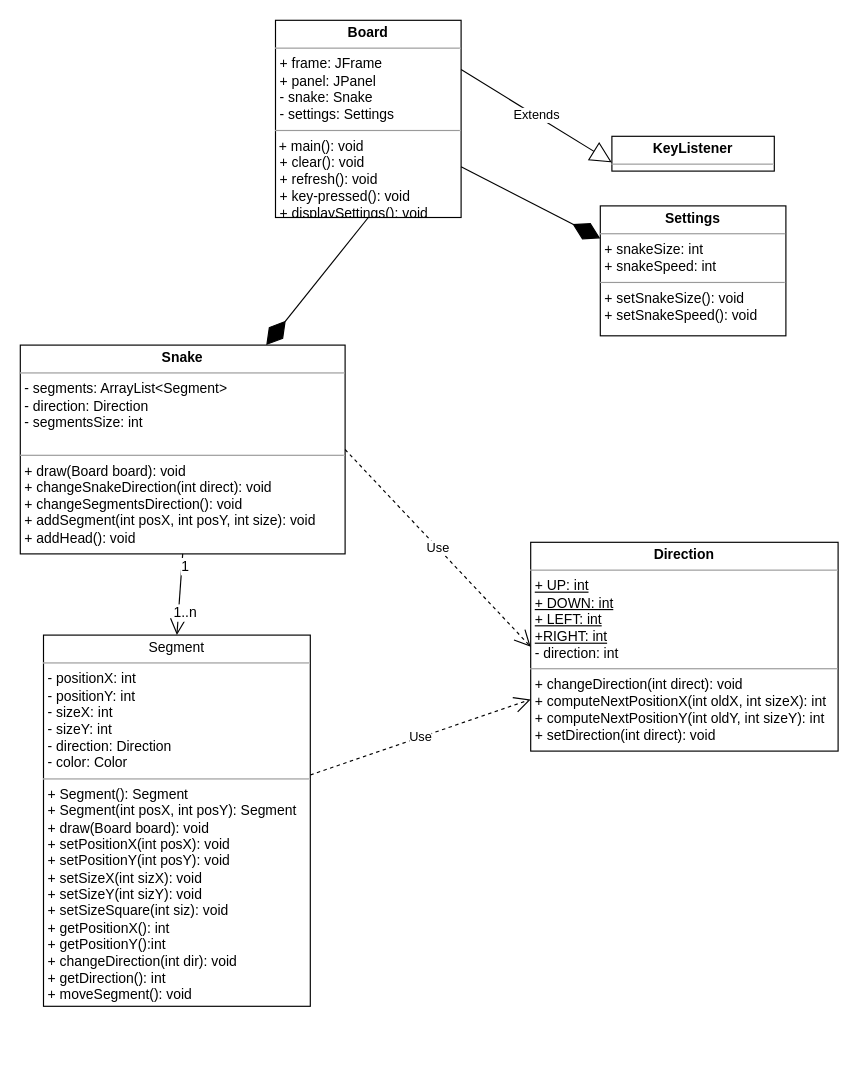
This is Snake/Schematic/Snake_Java.drawio from abdarum/Java, a draw.io file, before an edit. Source tidied: cells renumbered, new cells numbered last; positions are measured from the earlier drawing's top-left corner, leaving out a move shared by most shapes. Both pictures are drawn from the tidied source at 116%, with x=0, y=0 at pixel (20, 20).
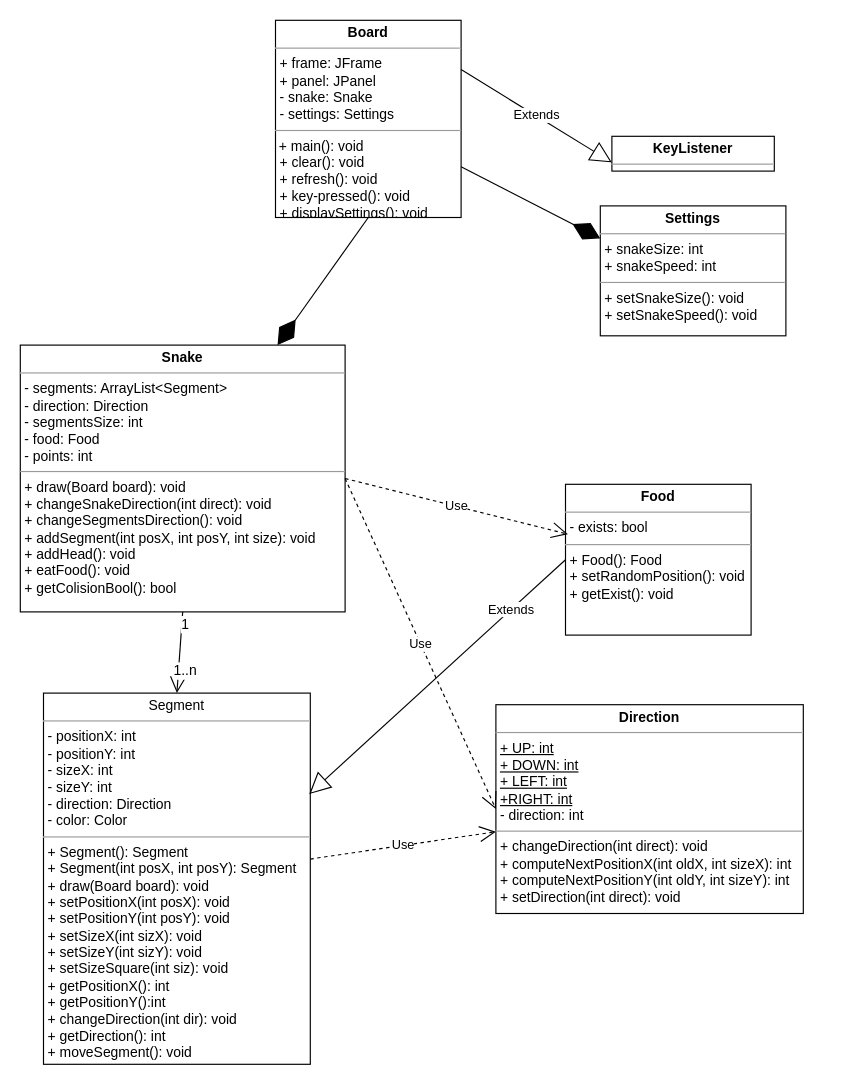
After the change.

What changed in the source:
```diff
@@
 <mxGraphModel background="#ffffff">
   <root>
     <mxCell id="0" />
     <mxCell id="1" parent="0" />
-    <mxCell id="2" value="&lt;p style=&quot;margin: 0px ; margin-top: 4px ; text-align: center&quot;&gt;&lt;b&gt;Snake&lt;/b&gt;&lt;/p&gt;&lt;hr size=&quot;1&quot;&gt;&lt;p style=&quot;margin: 0px ; margin-left: 4px&quot;&gt;- segments: ArrayList&amp;lt;Segment&amp;gt;&lt;/p&gt;&lt;p style=&quot;margin: 0px ; margin-left: 4px&quot;&gt;- direction: Direction&lt;/p&gt;&lt;p style=&quot;margin: 0px ; margin-left: 4px&quot;&gt;- segmentsSize: int&lt;/p&gt;&lt;p style=&quot;margin: 0px ; margin-left: 4px&quot;&gt;&lt;br&gt;&lt;/p&gt;&lt;hr size=&quot;1&quot;&gt;&lt;p style=&quot;margin: 0px ; margin-left: 4px&quot;&gt;+ draw(Board board): void&lt;/p&gt;&lt;p style=&quot;margin: 0px ; margin-left: 4px&quot;&gt;+ changeSnakeDirection(int direct): void&lt;/p&gt;&lt;p style=&quot;margin: 0px ; margin-left: 4px&quot;&gt;+ changeSegmentsDirection(): void&lt;/p&gt;&lt;p style=&quot;margin: 0px ; margin-left: 4px&quot;&gt;+ addSegment(int posX, int posY, int size): void&lt;/p&gt;&lt;p style=&quot;margin: 0px ; margin-left: 4px&quot;&gt;+ addHead(): void&lt;/p&gt;" style="verticalAlign=top;align=left;overflow=fill;fontSize=12;fontFamily=Helvetica;html=1;" parent="1" vertex="1">
-      <mxGeometry y="280" width="280" height="180" as="geometry" />
+    <mxCell id="2" value="&lt;p style=&quot;margin: 0px ; margin-top: 4px ; text-align: center&quot;&gt;&lt;b&gt;Snake&lt;/b&gt;&lt;/p&gt;&lt;hr size=&quot;1&quot;&gt;&lt;p style=&quot;margin: 0px ; margin-left: 4px&quot;&gt;- segments: ArrayList&amp;lt;Segment&amp;gt;&lt;/p&gt;&lt;p style=&quot;margin: 0px ; margin-left: 4px&quot;&gt;- direction: Direction&lt;/p&gt;&lt;p style=&quot;margin: 0px ; margin-left: 4px&quot;&gt;- segmentsSize: int&lt;/p&gt;&lt;p style=&quot;margin: 0px ; margin-left: 4px&quot;&gt;- food: Food&lt;/p&gt;&lt;p style=&quot;margin: 0px ; margin-left: 4px&quot;&gt;- points: int&lt;/p&gt;&lt;hr size=&quot;1&quot;&gt;&lt;p style=&quot;margin: 0px ; margin-left: 4px&quot;&gt;+ draw(Board board): void&lt;/p&gt;&lt;p style=&quot;margin: 0px ; margin-left: 4px&quot;&gt;+ changeSnakeDirection(int direct): void&lt;/p&gt;&lt;p style=&quot;margin: 0px ; margin-left: 4px&quot;&gt;+ changeSegmentsDirection(): void&lt;/p&gt;&lt;p style=&quot;margin: 0px ; margin-left: 4px&quot;&gt;+ addSegment(int posX, int posY, int size): void&lt;/p&gt;&lt;p style=&quot;margin: 0px ; margin-left: 4px&quot;&gt;+ addHead(): void&lt;/p&gt;&lt;p style=&quot;margin: 0px ; margin-left: 4px&quot;&gt;+ eatFood(): void&lt;/p&gt;&lt;p style=&quot;margin: 0px ; margin-left: 4px&quot;&gt;+ getColisionBool(): bool&lt;/p&gt;" style="verticalAlign=top;align=left;overflow=fill;fontSize=12;fontFamily=Helvetica;html=1;" parent="1" vertex="1">
+      <mxGeometry y="280" width="280" height="230" as="geometry" />
     </mxCell>
     <mxCell id="3" value="&lt;p style=&quot;margin: 0px ; margin-top: 4px ; text-align: center&quot;&gt;Segment&lt;br&gt;&lt;/p&gt;&lt;hr size=&quot;1&quot;&gt;&lt;p style=&quot;margin: 0px ; margin-left: 4px&quot;&gt;- positionX: int&lt;br&gt;- positionY: int&lt;br&gt;- sizeX: int&lt;br&gt;- sizeY: int&lt;br&gt;&lt;/p&gt;&lt;p style=&quot;margin: 0px ; margin-left: 4px&quot;&gt;- direction: Direction&lt;/p&gt;&lt;p style=&quot;margin: 0px ; margin-left: 4px&quot;&gt;- color: Color&lt;/p&gt;&lt;hr size=&quot;1&quot;&gt;&lt;p style=&quot;margin: 0px ; margin-left: 4px&quot;&gt;+ Segment(): Segment&lt;/p&gt;&lt;p style=&quot;margin: 0px ; margin-left: 4px&quot;&gt;+ Segment(int posX, int posY): Segment&lt;/p&gt;&lt;p style=&quot;margin: 0px ; margin-left: 4px&quot;&gt;+ draw(Board board): void&lt;/p&gt;&lt;p style=&quot;margin: 0px ; margin-left: 4px&quot;&gt;+ setPositionX(int posX): void&lt;/p&gt;&lt;p style=&quot;margin: 0px ; margin-left: 4px&quot;&gt;+ setPositionY(int posY): void&lt;/p&gt;&lt;p style=&quot;margin: 0px ; margin-left: 4px&quot;&gt;+ setSizeX(int sizX): void&lt;/p&gt;&lt;p style=&quot;margin: 0px ; margin-left: 4px&quot;&gt;+ setSizeY(int sizY): void&lt;/p&gt;&lt;p style=&quot;margin: 0px ; margin-left: 4px&quot;&gt;+ setSizeSquare(int siz): void&lt;/p&gt;&lt;p style=&quot;margin: 0px ; margin-left: 4px&quot;&gt;+ getPositionX(): int&lt;/p&gt;&lt;p style=&quot;margin: 0px ; margin-left: 4px&quot;&gt;+ getPositionY():int&lt;/p&gt;&lt;p style=&quot;margin: 0px ; margin-left: 4px&quot;&gt;+ changeDirection(int dir): void&lt;/p&gt;&lt;p style=&quot;margin: 0px ; margin-left: 4px&quot;&gt;+ getDirection(): int&lt;/p&gt;&lt;p style=&quot;margin: 0px ; margin-left: 4px&quot;&gt;+ moveSegment(): void&lt;/p&gt;&lt;br&gt;" style="verticalAlign=top;align=left;overflow=fill;fontSize=12;fontFamily=Helvetica;html=1;" parent="1" vertex="1">
-      <mxGeometry x="20" y="530" width="230" height="320" as="geometry" />
+      <mxGeometry x="20" y="580" width="230" height="320" as="geometry" />
     </mxCell>
     <mxCell id="4" value="&lt;p style=&quot;margin: 0px ; margin-top: 4px ; text-align: center&quot;&gt;&lt;b&gt;Board&lt;/b&gt;&lt;/p&gt;&lt;hr size=&quot;1&quot;&gt;&lt;p style=&quot;margin: 0px ; margin-left: 4px&quot;&gt;&lt;span&gt;+ frame: JFrame&lt;/span&gt;&lt;br&gt;&lt;/p&gt;&lt;p style=&quot;margin: 0px ; margin-left: 4px&quot;&gt;+ panel: JPanel&lt;/p&gt;&lt;p style=&quot;margin: 0px ; margin-left: 4px&quot;&gt;- snake: Snake&lt;/p&gt;&lt;p style=&quot;margin: 0px ; margin-left: 4px&quot;&gt;- settings: Settings&lt;/p&gt;&lt;hr size=&quot;1&quot;&gt;&amp;nbsp;+ main(): void&lt;br&gt;&lt;p style=&quot;margin: 0px ; margin-left: 4px&quot;&gt;+ clear(): void&lt;/p&gt;&lt;p style=&quot;margin: 0px ; margin-left: 4px&quot;&gt;+ refresh(): void&lt;/p&gt;&lt;p style=&quot;margin: 0px ; margin-left: 4px&quot;&gt;+&amp;nbsp;key-pressed(): void&lt;/p&gt;&lt;p style=&quot;margin: 0px ; margin-left: 4px&quot;&gt;+ displaySettings(): void&lt;/p&gt;" style="verticalAlign=top;align=left;overflow=fill;fontSize=12;fontFamily=Helvetica;html=1;" parent="1" vertex="1">
       <mxGeometry x="220" width="160" height="170" as="geometry" />
     </mxCell>
     <mxCell id="5" value="&lt;p style=&quot;margin: 0px ; margin-top: 4px ; text-align: center&quot;&gt;&lt;b&gt;Direction&lt;/b&gt;&lt;/p&gt;&lt;hr size=&quot;1&quot;&gt;&lt;p style=&quot;margin: 0px ; margin-left: 4px&quot;&gt;&lt;u&gt;+ UP: int&lt;/u&gt;&lt;/p&gt;&lt;p style=&quot;margin: 0px ; margin-left: 4px&quot;&gt;&lt;u&gt;+ DOWN: int&lt;/u&gt;&lt;/p&gt;&lt;p style=&quot;margin: 0px ; margin-left: 4px&quot;&gt;&lt;u&gt;+ LEFT: int&lt;/u&gt;&lt;/p&gt;&lt;p style=&quot;margin: 0px ; margin-left: 4px&quot;&gt;&lt;u&gt;+RIGHT: int&lt;/u&gt;&lt;/p&gt;&lt;p style=&quot;margin: 0px ; margin-left: 4px&quot;&gt;- direction: int&lt;/p&gt;&lt;hr size=&quot;1&quot;&gt;&lt;p style=&quot;margin: 0px ; margin-left: 4px&quot;&gt;+ changeDirection(int direct): void&lt;br&gt;&lt;/p&gt;&lt;p style=&quot;margin: 0px ; margin-left: 4px&quot;&gt;+ computeNextPositionX(int oldX, int sizeX): int&lt;/p&gt;&lt;p style=&quot;margin: 0px ; margin-left: 4px&quot;&gt;&lt;span&gt;+ computeNextPositionY(int oldY, int sizeY): int&lt;/span&gt;&lt;/p&gt;&lt;p style=&quot;margin: 0px ; margin-left: 4px&quot;&gt;&lt;span&gt;+ setDirection(int direct): void&lt;/span&gt;&lt;/p&gt;&lt;p style=&quot;margin: 0px ; margin-left: 4px&quot;&gt;&lt;span&gt;&lt;br&gt;&lt;/span&gt;&lt;/p&gt;&lt;div&gt;&lt;br&gt;&lt;/div&gt;" style="verticalAlign=top;align=left;overflow=fill;fontSize=12;fontFamily=Helvetica;html=1;" parent="1" vertex="1">
-      <mxGeometry x="440" y="450" width="265" height="180" as="geometry" />
+      <mxGeometry x="410" y="590" width="265" height="180" as="geometry" />
     </mxCell>
     <mxCell id="6" value="&lt;p style=&quot;margin: 0px ; margin-top: 4px ; text-align: center&quot;&gt;&lt;b&gt;KeyListener&lt;/b&gt;&lt;br&gt;&lt;/p&gt;&lt;hr size=&quot;1&quot;&gt;&lt;div style=&quot;height: 2px&quot;&gt;&lt;/div&gt;" style="verticalAlign=top;align=left;overflow=fill;fontSize=12;fontFamily=Helvetica;html=1;" parent="1" vertex="1">
       <mxGeometry x="510" y="100" width="140" height="30" as="geometry" />
     </mxCell>
     <mxCell id="7" value="Extends" style="endArrow=block;endSize=16;endFill=0;html=1;entryX=0;entryY=0.75;entryDx=0;entryDy=0;exitX=1;exitY=0.25;exitDx=0;exitDy=0;" parent="1" edge="1" source="4" target="6">
       <mxGeometry relative="1" as="geometry" />
     </mxCell>
     <mxCell id="8" value="&lt;p style=&quot;margin: 0px ; margin-top: 4px ; text-align: center&quot;&gt;&lt;b&gt;Settings&lt;/b&gt;&lt;/p&gt;&lt;hr size=&quot;1&quot;&gt;&lt;p style=&quot;margin: 0px ; margin-left: 4px&quot;&gt;+ snakeSize: int&lt;/p&gt;&lt;p style=&quot;margin: 0px ; margin-left: 4px&quot;&gt;+ snakeSpeed: int&lt;/p&gt;&lt;hr size=&quot;1&quot;&gt;&lt;p style=&quot;margin: 0px ; margin-left: 4px&quot;&gt;+ setSnakeSize(): void&lt;/p&gt;&lt;p style=&quot;margin: 0px ; margin-left: 4px&quot;&gt;+ setSnakeSpeed(): void&lt;br&gt;&lt;/p&gt;" style="verticalAlign=top;align=left;overflow=fill;fontSize=12;fontFamily=Helvetica;html=1;" parent="1" vertex="1">
       <mxGeometry x="500" y="160" width="160" height="112" as="geometry" />
     </mxCell>
     <mxCell id="9" style="endArrow=diamondThin;endFill=1;endSize=24;html=1;entryX=0;entryY=0.25;entryDx=0;entryDy=0;" parent="1" edge="1" source="4" target="8">
       <mxGeometry relative="1" as="geometry" />
     </mxCell>
     <mxCell id="10" style="endArrow=diamondThin;endFill=1;endSize=24;html=1;exitX=0.5;exitY=1;exitDx=0;exitDy=0;" parent="1" edge="1" source="4" target="2">
       <mxGeometry relative="1" as="geometry" />
     </mxCell>
     <mxCell id="11" style="endArrow=open;endFill=1;endSize=12;html=1;exitX=0.5;exitY=1;exitDx=0;exitDy=0;entryX=0.5;entryY=0;entryDx=0;entryDy=0;" parent="1" edge="1" source="2" target="3">
       <mxGeometry relative="1" as="geometry" />
     </mxCell>
     <mxCell id="12" value="1..n" style="text;html=1;align=center;verticalAlign=middle;labelBackgroundColor=#ffffff;" parent="11" vertex="1">
       <mxGeometry x="0.42" y="5" relative="1" as="geometry" />
     </mxCell>
     <mxCell id="13" value="1" style="text;html=1;align=center;verticalAlign=middle;labelBackgroundColor=#ffffff;" parent="11" vertex="1">
       <mxGeometry x="-0.72" y="2" relative="1" as="geometry" />
     </mxCell>
     <mxCell id="14" value="Use" style="endArrow=open;endSize=12;dashed=1;html=1;" parent="1" edge="1" source="3" target="5">
       <mxGeometry relative="1" as="geometry" />
     </mxCell>
     <mxCell id="15" value="Use" style="endArrow=open;endSize=12;dashed=1;html=1;entryX=0;entryY=0.5;entryDx=0;entryDy=0;exitX=1;exitY=0.5;exitDx=0;exitDy=0;" parent="1" edge="1" source="2" target="5">
       <mxGeometry relative="1" as="geometry" />
     </mxCell>
+    <mxCell id="16" value="Extends" style="endArrow=block;endSize=16;endFill=0;html=1;exitX=0;exitY=0.5;exitDx=0;exitDy=0;entryX=0.996;entryY=0.272;entryDx=0;entryDy=0;entryPerimeter=0;" parent="1" edge="1" source="17" target="3">
+      <mxGeometry x="-0.57" relative="1" as="geometry" />
+    </mxCell>
+    <mxCell id="17" value="&lt;p style=&quot;margin: 0px ; margin-top: 4px ; text-align: center&quot;&gt;&lt;b&gt;Food&lt;/b&gt;&lt;/p&gt;&lt;hr size=&quot;1&quot;&gt;&lt;p style=&quot;margin: 0px ; margin-left: 4px&quot;&gt;- exists: bool&lt;/p&gt;&lt;hr size=&quot;1&quot;&gt;&lt;p style=&quot;margin: 0px ; margin-left: 4px&quot;&gt;+ Food(): Food&lt;/p&gt;&lt;p style=&quot;margin: 0px ; margin-left: 4px&quot;&gt;+ setRandomPosition(): void&lt;/p&gt;&lt;p style=&quot;margin: 0px ; margin-left: 4px&quot;&gt;+ getExist(): void&lt;/p&gt;" style="verticalAlign=top;align=left;overflow=fill;fontSize=12;fontFamily=Helvetica;html=1;" parent="1" vertex="1">
+      <mxGeometry x="470" y="400" width="160" height="130" as="geometry" />
+    </mxCell>
+    <mxCell id="18" value="Use" style="endArrow=open;endSize=12;dashed=1;html=1;entryX=0.013;entryY=0.331;entryDx=0;entryDy=0;exitX=1;exitY=0.5;exitDx=0;exitDy=0;entryPerimeter=0;" parent="1" edge="1" source="2" target="17">
+      <mxGeometry relative="1" as="geometry" />
+    </mxCell>
   </root>
 </mxGraphModel>
```
